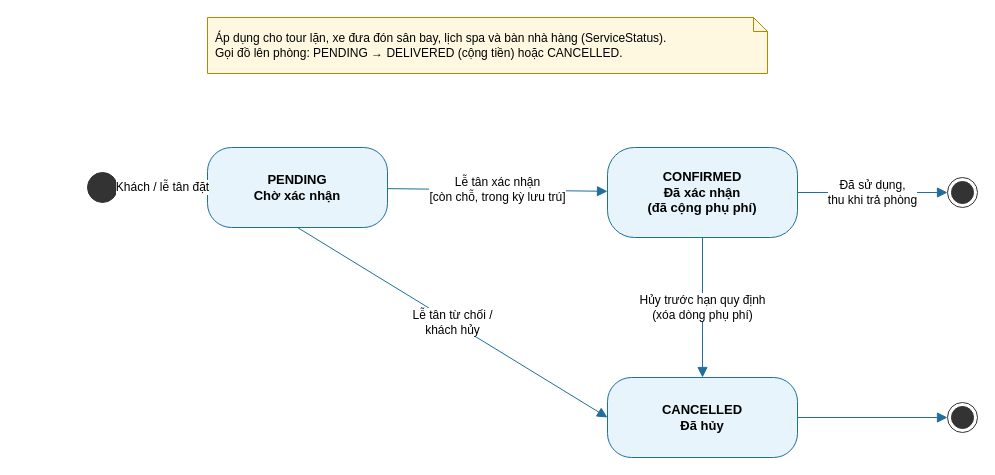
ngynquchn2511/beach-hotel keeps this draw.io diagram as docs/thiet-ke/tt-dich-vu.drawio. Above is the earlier version. Source tidied: cells renumbered, new cells numbered last; positions are measured from the earlier drawing's top-left corner, leaving out a move shared by most shapes. Both pictures are drawn from the tidied source at 100%, with x=0, y=0 at pixel (87, 17).
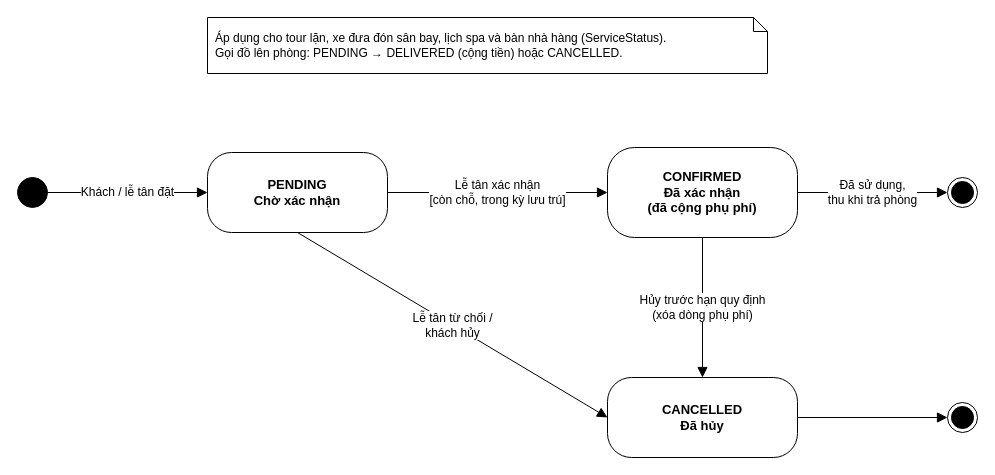
The same page after the edit.

What changed in the source:
```diff
@@
 <mxGraphModel>
   <root>
     <mxCell id="0" />
     <mxCell id="1" parent="0" />
-    <mxCell id="2" style="ellipse;html=1;fillColor=#333333;strokeColor=#333333;" parent="1" vertex="1">
-      <mxGeometry y="155" width="30" height="30" as="geometry" />
+    <mxCell id="2" style="ellipse;html=1;fillColor=#000000;strokeColor=#000000;" parent="1" vertex="1">
+      <mxGeometry x="-70" y="160" width="30" height="30" as="geometry" />
     </mxCell>
-    <mxCell id="3" value="PENDING&lt;br&gt;Chờ xác nhận" style="rounded=1;whiteSpace=wrap;html=1;arcSize=30;fillColor=#E8F4FB;strokeColor=#1F6E9C;fontSize=13;fontStyle=1;" parent="1" vertex="1">
-      <mxGeometry x="120" y="130" width="180" height="80" as="geometry" />
+    <mxCell id="3" value="PENDING&lt;br&gt;Chờ xác nhận" style="rounded=1;whiteSpace=wrap;html=1;arcSize=30;fillColor=#FFFFFF;strokeColor=#000000;fontSize=13;fontStyle=1;" parent="1" vertex="1">
+      <mxGeometry x="120" y="135" width="180" height="80" as="geometry" />
     </mxCell>
-    <mxCell id="4" value="CONFIRMED&lt;br&gt;Đã xác nhận&lt;br&gt;(đã cộng phụ phí)" style="rounded=1;whiteSpace=wrap;html=1;arcSize=30;fillColor=#E8F4FB;strokeColor=#1F6E9C;fontSize=13;fontStyle=1;" parent="1" vertex="1">
+    <mxCell id="4" value="CONFIRMED&lt;br&gt;Đã xác nhận&lt;br&gt;(đã cộng phụ phí)" style="rounded=1;whiteSpace=wrap;html=1;arcSize=30;fillColor=#FFFFFF;strokeColor=#000000;fontSize=13;fontStyle=1;" parent="1" vertex="1">
       <mxGeometry x="520" y="130" width="190" height="90" as="geometry" />
     </mxCell>
-    <mxCell id="5" value="CANCELLED&lt;br&gt;Đã hủy" style="rounded=1;whiteSpace=wrap;html=1;arcSize=30;fillColor=#E8F4FB;strokeColor=#1F6E9C;fontSize=13;fontStyle=1;" parent="1" vertex="1">
+    <mxCell id="5" value="CANCELLED&lt;br&gt;Đã hủy" style="rounded=1;whiteSpace=wrap;html=1;arcSize=30;fillColor=#FFFFFF;strokeColor=#000000;fontSize=13;fontStyle=1;" parent="1" vertex="1">
       <mxGeometry x="520" y="360" width="190" height="80" as="geometry" />
     </mxCell>
-    <mxCell id="6" style="ellipse;html=1;shape=endState;fillColor=#333333;strokeColor=#333333;" parent="1" vertex="1">
+    <mxCell id="6" style="ellipse;html=1;shape=endState;fillColor=#000000;strokeColor=#000000;" parent="1" vertex="1">
       <mxGeometry x="860" y="160" width="30" height="30" as="geometry" />
     </mxCell>
-    <mxCell id="7" style="ellipse;html=1;shape=endState;fillColor=#333333;strokeColor=#333333;" parent="1" vertex="1">
+    <mxCell id="7" style="ellipse;html=1;shape=endState;fillColor=#000000;strokeColor=#000000;" parent="1" vertex="1">
       <mxGeometry x="860" y="385" width="30" height="30" as="geometry" />
     </mxCell>
-    <mxCell id="8" value="Khách / lễ tân đặt" style="html=1;endArrow=block;endFill=1;endSize=8;strokeColor=#1F6E9C;fontSize=12;labelBackgroundColor=#FFFFFF;" parent="1" edge="1" source="2" target="3">
+    <mxCell id="8" value="Khách / lễ tân đặt" style="html=1;endArrow=block;endFill=1;endSize=8;strokeColor=#000000;fontSize=12;labelBackgroundColor=#FFFFFF;" parent="1" edge="1" source="2" target="3">
       <mxGeometry relative="1" as="geometry" />
     </mxCell>
-    <mxCell id="9" value="Lễ tân xác nhận&lt;br&gt;[còn chỗ, trong kỳ lưu trú]" style="html=1;endArrow=block;endFill=1;endSize=8;strokeColor=#1F6E9C;fontSize=12;labelBackgroundColor=#FFFFFF;" parent="1" edge="1" source="3" target="4">
+    <mxCell id="9" value="Lễ tân xác nhận&lt;br&gt;[còn chỗ, trong kỳ lưu trú]" style="html=1;endArrow=block;endFill=1;endSize=8;strokeColor=#000000;fontSize=12;labelBackgroundColor=#FFFFFF;" parent="1" edge="1" source="3" target="4">
       <mxGeometry relative="1" as="geometry" />
     </mxCell>
-    <mxCell id="10" value="Lễ tân từ chối /&lt;br&gt;khách hủy" style="html=1;endArrow=block;endFill=1;endSize=8;strokeColor=#1F6E9C;fontSize=12;labelBackgroundColor=#FFFFFF;exitX=0.5;exitY=1;exitDx=0;exitDy=0;entryX=0;entryY=0.5;entryDx=0;entryDy=0;" parent="1" edge="1" source="3" target="5">
+    <mxCell id="10" value="Lễ tân từ chối /&lt;br&gt;khách hủy" style="html=1;endArrow=block;endFill=1;endSize=8;strokeColor=#000000;fontSize=12;labelBackgroundColor=#FFFFFF;exitX=0.5;exitY=1;exitDx=0;exitDy=0;entryX=0;entryY=0.5;entryDx=0;entryDy=0;" parent="1" edge="1" source="3" target="5">
       <mxGeometry relative="1" as="geometry" />
     </mxCell>
-    <mxCell id="11" value="Hủy trước hạn quy định&lt;br&gt;(xóa dòng phụ phí)" style="html=1;endArrow=block;endFill=1;endSize=8;strokeColor=#1F6E9C;fontSize=12;labelBackgroundColor=#FFFFFF;exitX=0.5;exitY=1;exitDx=0;exitDy=0;entryX=0.5;entryY=0;entryDx=0;entryDy=0;" parent="1" edge="1" source="4" target="5">
+    <mxCell id="11" value="Hủy trước hạn quy định&lt;br&gt;(xóa dòng phụ phí)" style="html=1;endArrow=block;endFill=1;endSize=8;strokeColor=#000000;fontSize=12;labelBackgroundColor=#FFFFFF;exitX=0.5;exitY=1;exitDx=0;exitDy=0;entryX=0.5;entryY=0;entryDx=0;entryDy=0;" parent="1" edge="1" source="4" target="5">
       <mxGeometry relative="1" as="geometry" />
     </mxCell>
-    <mxCell id="12" value="Đã sử dụng,&lt;br&gt;thu khi trả phòng" style="html=1;endArrow=block;endFill=1;endSize=8;strokeColor=#1F6E9C;fontSize=12;labelBackgroundColor=#FFFFFF;" parent="1" edge="1" source="4" target="6">
+    <mxCell id="12" value="Đã sử dụng,&lt;br&gt;thu khi trả phòng" style="html=1;endArrow=block;endFill=1;endSize=8;strokeColor=#000000;fontSize=12;labelBackgroundColor=#FFFFFF;" parent="1" edge="1" source="4" target="6">
       <mxGeometry relative="1" as="geometry" />
     </mxCell>
-    <mxCell id="13" style="html=1;endArrow=block;endFill=1;endSize=8;strokeColor=#1F6E9C;fontSize=12;labelBackgroundColor=#FFFFFF;" parent="1" edge="1" source="5" target="7">
+    <mxCell id="13" style="html=1;endArrow=block;endFill=1;endSize=8;strokeColor=#000000;fontSize=12;labelBackgroundColor=#FFFFFF;" parent="1" edge="1" source="5" target="7">
       <mxGeometry relative="1" as="geometry" />
     </mxCell>
-    <mxCell id="14" value="Áp dụng cho tour lặn, xe đưa đón sân bay, lịch spa và bàn nhà hàng (ServiceStatus).&lt;br&gt;Gọi đồ lên phòng: PENDING → DELIVERED (cộng tiền) hoặc CANCELLED." style="shape=note;whiteSpace=wrap;html=1;size=14;fillColor=#FFF8E1;strokeColor=#B08900;fontSize=12;align=left;spacingLeft=6;" parent="1" vertex="1">
+    <mxCell id="14" value="Áp dụng cho tour lặn, xe đưa đón sân bay, lịch spa và bàn nhà hàng (ServiceStatus).&lt;br&gt;Gọi đồ lên phòng: PENDING → DELIVERED (cộng tiền) hoặc CANCELLED." style="shape=note;whiteSpace=wrap;html=1;size=14;fillColor=#FFFFFF;strokeColor=#000000;fontSize=12;align=left;spacingLeft=6;" parent="1" vertex="1">
       <mxGeometry x="120" width="560" height="56" as="geometry" />
     </mxCell>
   </root>
 </mxGraphModel>
```
